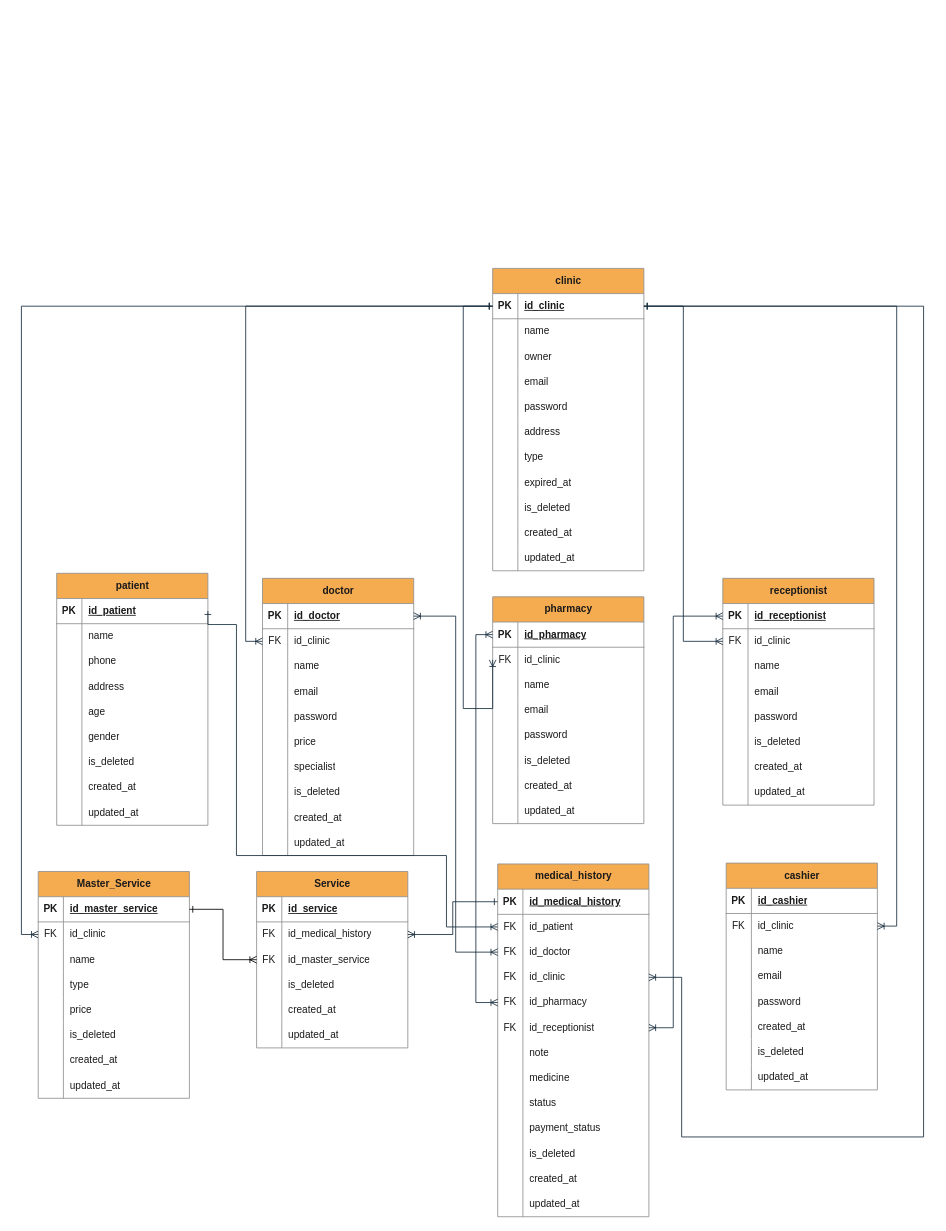
This is erd_klinik.drawio from rrahmatn/dfd_erd_uml, a draw.io file, before an edit. Source tidied: cells renumbered, new cells numbered last; positions are measured from the earlier drawing's top-left corner, leaving out a move shared by most shapes. Both pictures are drawn from the tidied source at 84%, with x=0, y=0 at pixel (38, 268).
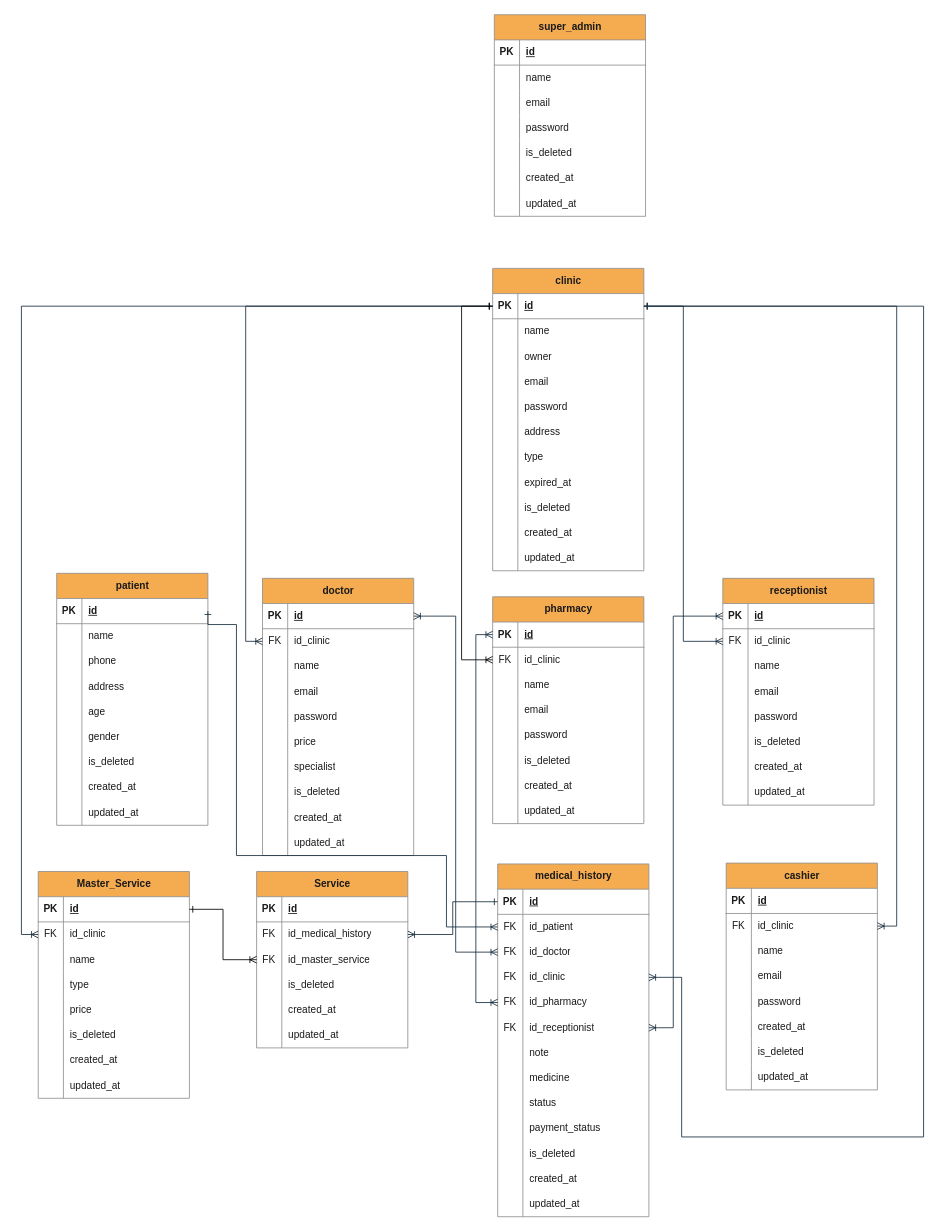
Above is the later version.

The change refers to these unchanged cells:
```xml
<mxCell id="3" style="shape=tableRow;horizontal=0;startSize=0;swimlaneHead=0;swimlaneBody=0;fillColor=none;points=[[0,0.5],[1,0.5]];portConstraint=eastwest;top=0;left=0;right=0;bottom=1;labelBackgroundColor=none;strokeColor=#909090;fontColor=#1A1A1A;" parent="2" vertex="1">
  <mxGeometry y="30" width="180" height="30" as="geometry" />
</mxCell>
<mxCell id="37" style="shape=tableRow;horizontal=0;startSize=0;swimlaneHead=0;swimlaneBody=0;fillColor=none;points=[[0,0.5],[1,0.5]];portConstraint=eastwest;top=0;left=0;right=0;bottom=1;labelBackgroundColor=none;strokeColor=#909090;fontColor=#1A1A1A;" parent="36" vertex="1">
  <mxGeometry y="30" width="180" height="30" as="geometry" />
</mxCell>
<mxCell id="68" style="shape=tableRow;horizontal=0;startSize=0;swimlaneHead=0;swimlaneBody=0;fillColor=none;points=[[0,0.5],[1,0.5]];portConstraint=eastwest;top=0;left=0;right=0;bottom=1;labelBackgroundColor=none;strokeColor=#909090;fontColor=#1A1A1A;" parent="67" vertex="1">
  <mxGeometry y="30" width="180" height="30" as="geometry" />
</mxCell>
<mxCell id="96" style="shape=tableRow;horizontal=0;startSize=0;swimlaneHead=0;swimlaneBody=0;fillColor=none;points=[[0,0.5],[1,0.5]];portConstraint=eastwest;top=0;left=0;right=0;bottom=1;labelBackgroundColor=none;strokeColor=#909090;fontColor=#1A1A1A;" parent="95" vertex="1">
  <mxGeometry y="30" width="180" height="30" as="geometry" />
</mxCell>
<mxCell id="136" style="shape=tableRow;horizontal=0;startSize=0;swimlaneHead=0;swimlaneBody=0;fillColor=none;points=[[0,0.5],[1,0.5]];portConstraint=eastwest;top=0;left=0;right=0;bottom=1;labelBackgroundColor=none;strokeColor=#909090;fontColor=#1A1A1A;" parent="135" vertex="1">
  <mxGeometry y="30" width="180" height="30" as="geometry" />
</mxCell>
<mxCell id="139" style="shape=tableRow;horizontal=0;startSize=0;swimlaneHead=0;swimlaneBody=0;fillColor=none;points=[[0,0.5],[1,0.5]];portConstraint=eastwest;top=0;left=0;right=0;bottom=0;labelBackgroundColor=none;strokeColor=#909090;fontColor=#1A1A1A;" parent="135" vertex="1">
  <mxGeometry y="60" width="180" height="30" as="geometry" />
</mxCell>
<mxCell id="161" style="shape=tableRow;horizontal=0;startSize=0;swimlaneHead=0;swimlaneBody=0;fillColor=none;points=[[0,0.5],[1,0.5]];portConstraint=eastwest;top=0;left=0;right=0;bottom=1;labelBackgroundColor=none;strokeColor=#909090;fontColor=#1A1A1A;" parent="160" vertex="1">
  <mxGeometry y="30" width="180" height="30" as="geometry" />
</mxCell>
<mxCell id="194" style="shape=tableRow;horizontal=0;startSize=0;swimlaneHead=0;swimlaneBody=0;fillColor=none;points=[[0,0.5],[1,0.5]];portConstraint=eastwest;top=0;left=0;right=0;bottom=1;labelBackgroundColor=none;strokeColor=#909090;fontColor=#1A1A1A;" parent="193" vertex="1">
  <mxGeometry y="30" width="180" height="30" as="geometry" />
</mxCell>
<mxCell id="219" style="shape=tableRow;horizontal=0;startSize=0;swimlaneHead=0;swimlaneBody=0;fillColor=none;top=0;left=0;right=0;bottom=1;labelBackgroundColor=none;strokeColor=#909090;fontColor=#1A1A1A;" parent="218" vertex="1">
  <mxGeometry y="30" width="180" height="30" as="geometry" />
</mxCell>
<mxCell id="240" style="shape=tableRow;horizontal=0;startSize=0;swimlaneHead=0;swimlaneBody=0;fillColor=none;top=0;left=0;right=0;bottom=1;labelBackgroundColor=none;strokeColor=#909090;fontColor=#1A1A1A;" parent="239" vertex="1">
  <mxGeometry y="30" width="180" height="30" as="geometry" />
</mxCell>
```

What changed in the source:
```diff
@@
-    <mxCell id="5" value="id_clinic" style="shape=partialRectangle;fillColor=none;top=0;left=0;bottom=0;right=0;align=left;spacingLeft=6;fontStyle=5;overflow=hidden;whiteSpace=wrap;html=1;labelBackgroundColor=none;strokeColor=#909090;fontColor=#1A1A1A;" parent="3" vertex="1">
+    <mxCell id="5" value="id" style="shape=partialRectangle;fillColor=none;top=0;left=0;bottom=0;right=0;align=left;spacingLeft=6;fontStyle=5;overflow=hidden;whiteSpace=wrap;html=1;labelBackgroundColor=none;strokeColor=#909090;fontColor=#1A1A1A;" parent="3" vertex="1">
       <mxGeometry x="30" width="150" height="30" as="geometry" />
     </mxCell>
@@
-    <mxCell id="39" value="id_doctor" style="shape=partialRectangle;fillColor=none;top=0;left=0;bottom=0;right=0;align=left;spacingLeft=6;fontStyle=5;overflow=hidden;whiteSpace=wrap;html=1;labelBackgroundColor=none;strokeColor=#909090;fontColor=#1A1A1A;" parent="37" vertex="1">
+    <mxCell id="39" value="id" style="shape=partialRectangle;fillColor=none;top=0;left=0;bottom=0;right=0;align=left;spacingLeft=6;fontStyle=5;overflow=hidden;whiteSpace=wrap;html=1;labelBackgroundColor=none;strokeColor=#909090;fontColor=#1A1A1A;" parent="37" vertex="1">
       <mxGeometry x="30" width="150" height="30" as="geometry" />
     </mxCell>
@@
-    <mxCell id="70" value="id_patient" style="shape=partialRectangle;fillColor=none;top=0;left=0;bottom=0;right=0;align=left;spacingLeft=6;fontStyle=5;overflow=hidden;whiteSpace=wrap;html=1;labelBackgroundColor=none;strokeColor=#909090;fontColor=#1A1A1A;" parent="68" vertex="1">
+    <mxCell id="70" value="id" style="shape=partialRectangle;fillColor=none;top=0;left=0;bottom=0;right=0;align=left;spacingLeft=6;fontStyle=5;overflow=hidden;whiteSpace=wrap;html=1;labelBackgroundColor=none;strokeColor=#909090;fontColor=#1A1A1A;" parent="68" vertex="1">
       <mxGeometry x="30" width="150" height="30" as="geometry" />
     </mxCell>
@@
-    <mxCell id="98" value="id_medical_history" style="shape=partialRectangle;fillColor=none;top=0;left=0;bottom=0;right=0;align=left;spacingLeft=6;fontStyle=5;overflow=hidden;whiteSpace=wrap;html=1;labelBackgroundColor=none;strokeColor=#909090;fontColor=#1A1A1A;" parent="96" vertex="1">
+    <mxCell id="98" value="id" style="shape=partialRectangle;fillColor=none;top=0;left=0;bottom=0;right=0;align=left;spacingLeft=6;fontStyle=5;overflow=hidden;whiteSpace=wrap;html=1;labelBackgroundColor=none;strokeColor=#909090;fontColor=#1A1A1A;" parent="96" vertex="1">
       <mxGeometry x="30" width="150" height="30" as="geometry" />
     </mxCell>
@@
-    <mxCell id="138" value="id_pharmacy" style="shape=partialRectangle;fillColor=none;top=0;left=0;bottom=0;right=0;align=left;spacingLeft=6;fontStyle=5;overflow=hidden;whiteSpace=wrap;html=1;labelBackgroundColor=none;strokeColor=#909090;fontColor=#1A1A1A;" parent="136" vertex="1">
+    <mxCell id="138" value="id" style="shape=partialRectangle;fillColor=none;top=0;left=0;bottom=0;right=0;align=left;spacingLeft=6;fontStyle=5;overflow=hidden;whiteSpace=wrap;html=1;labelBackgroundColor=none;strokeColor=#909090;fontColor=#1A1A1A;" parent="136" vertex="1">
       <mxGeometry x="30" width="150" height="30" as="geometry" />
     </mxCell>
@@
-    <mxCell id="163" value="id_receptionist" style="shape=partialRectangle;fillColor=none;top=0;left=0;bottom=0;right=0;align=left;spacingLeft=6;fontStyle=5;overflow=hidden;whiteSpace=wrap;html=1;labelBackgroundColor=none;strokeColor=#909090;fontColor=#1A1A1A;" parent="161" vertex="1">
+    <mxCell id="163" value="id" style="shape=partialRectangle;fillColor=none;top=0;left=0;bottom=0;right=0;align=left;spacingLeft=6;fontStyle=5;overflow=hidden;whiteSpace=wrap;html=1;labelBackgroundColor=none;strokeColor=#909090;fontColor=#1A1A1A;" parent="161" vertex="1">
       <mxGeometry x="30" width="150" height="30" as="geometry" />
     </mxCell>
@@
-    <mxCell id="191" style="edgeStyle=orthogonalEdgeStyle;rounded=0;jettySize=auto;html=1;exitX=0;exitY=0.5;exitDx=0;exitDy=0;entryX=0;entryY=0.5;entryDx=0;entryDy=0;endArrow=ERoneToMany;endFill=0;startArrow=ERone;startFill=0;labelBackgroundColor=none;strokeColor=#182E3E;fontColor=default;" parent="1" edge="1" source="3" target="139">
-      <mxGeometry relative="1" as="geometry">
-        <Array as="points">
-          <mxPoint x="506" y="45" />
-          <mxPoint x="506" y="524" />
-          <mxPoint x="541" y="524" />
-        </Array>
-      </mxGeometry>
-    </mxCell>
@@
-    <mxCell id="196" value="id_master_service" style="shape=partialRectangle;fillColor=none;top=0;left=0;bottom=0;right=0;align=left;spacingLeft=6;fontStyle=5;overflow=hidden;whiteSpace=wrap;html=1;labelBackgroundColor=none;strokeColor=#909090;fontColor=#1A1A1A;" parent="194" vertex="1">
+    <mxCell id="196" value="id" style="shape=partialRectangle;fillColor=none;top=0;left=0;bottom=0;right=0;align=left;spacingLeft=6;fontStyle=5;overflow=hidden;whiteSpace=wrap;html=1;labelBackgroundColor=none;strokeColor=#909090;fontColor=#1A1A1A;" parent="194" vertex="1">
       <mxGeometry x="30" width="150" height="30" as="geometry" />
     </mxCell>
@@
-    <mxCell id="221" value="id_service" style="shape=partialRectangle;fillColor=none;top=0;left=0;bottom=0;right=0;align=left;spacingLeft=6;fontStyle=5;overflow=hidden;whiteSpace=wrap;html=1;labelBackgroundColor=none;strokeColor=#909090;fontColor=#1A1A1A;" parent="219" vertex="1">
+    <mxCell id="221" value="id" style="shape=partialRectangle;fillColor=none;top=0;left=0;bottom=0;right=0;align=left;spacingLeft=6;fontStyle=5;overflow=hidden;whiteSpace=wrap;html=1;labelBackgroundColor=none;strokeColor=#909090;fontColor=#1A1A1A;" parent="219" vertex="1">
       <mxGeometry x="30" width="150" height="30" as="geometry" />
     </mxCell>
@@
-    <mxCell id="242" value="id_cashier" style="shape=partialRectangle;fillColor=none;top=0;left=0;bottom=0;right=0;align=left;spacingLeft=6;fontStyle=5;overflow=hidden;whiteSpace=wrap;html=1;labelBackgroundColor=none;strokeColor=#909090;fontColor=#1A1A1A;" parent="240" vertex="1">
+    <mxCell id="242" value="id" style="shape=partialRectangle;fillColor=none;top=0;left=0;bottom=0;right=0;align=left;spacingLeft=6;fontStyle=5;overflow=hidden;whiteSpace=wrap;html=1;labelBackgroundColor=none;strokeColor=#909090;fontColor=#1A1A1A;" parent="240" vertex="1">
       <mxGeometry x="30" width="150" height="30" as="geometry" />
     </mxCell>
@@
+    <mxCell id="191" style="edgeStyle=orthogonalEdgeStyle;rounded=0;jettySize=auto;html=1;entryX=0;entryY=0.5;entryDx=0;entryDy=0;startArrow=ERone;startFill=0;endArrow=ERoneToMany;endFill=0;" parent="1" edge="1" source="3" target="139">
+      <mxGeometry relative="1" as="geometry">
+        <Array as="points">
+          <mxPoint x="504" y="45" />
+          <mxPoint x="504" y="466" />
+        </Array>
+      </mxGeometry>
+    </mxCell>
+    <mxCell id="266" value="super_admin" style="shape=table;startSize=30;childLayout=tableLayout;rowLines=0;fontStyle=1;align=center;html=1;labelBackgroundColor=none;fillColor=#F5AB50;strokeColor=#909090;fontColor=#1A1A1A;" parent="1" vertex="1">
+      <mxGeometry x="543" y="-302" width="180" height="240" as="geometry" />
+    </mxCell>
+    <mxCell id="267" style="shape=tableRow;horizontal=0;startSize=0;swimlaneHead=0;swimlaneBody=0;fillColor=none;top=0;left=0;right=0;bottom=1;labelBackgroundColor=none;strokeColor=#909090;fontColor=#1A1A1A;" parent="266" vertex="1">
+      <mxGeometry y="30" width="180" height="30" as="geometry" />
+    </mxCell>
+    <mxCell id="268" value="PK" style="shape=partialRectangle;fillColor=none;top=0;left=0;bottom=0;right=0;fontStyle=1;overflow=hidden;whiteSpace=wrap;html=1;labelBackgroundColor=none;strokeColor=#909090;fontColor=#1A1A1A;" parent="267" vertex="1">
+      <mxGeometry width="30" height="30" as="geometry" />
+    </mxCell>
+    <mxCell id="269" value="id" style="shape=partialRectangle;fillColor=none;top=0;left=0;bottom=0;right=0;align=left;spacingLeft=6;fontStyle=5;overflow=hidden;whiteSpace=wrap;html=1;labelBackgroundColor=none;strokeColor=#909090;fontColor=#1A1A1A;" parent="267" vertex="1">
+      <mxGeometry x="30" width="150" height="30" as="geometry" />
+    </mxCell>
+    <mxCell id="270" style="shape=tableRow;horizontal=0;startSize=0;swimlaneHead=0;swimlaneBody=0;fillColor=none;top=0;left=0;right=0;bottom=0;labelBackgroundColor=none;strokeColor=#909090;fontColor=#1A1A1A;" parent="266" vertex="1">
+      <mxGeometry y="60" width="180" height="30" as="geometry" />
+    </mxCell>
+    <mxCell id="271" style="shape=partialRectangle;fillColor=none;top=0;left=0;bottom=0;right=0;overflow=hidden;whiteSpace=wrap;html=1;labelBackgroundColor=none;strokeColor=#909090;fontColor=#1A1A1A;" parent="270" vertex="1">
+      <mxGeometry width="30" height="30" as="geometry" />
+    </mxCell>
+    <mxCell id="272" value="name" style="shape=partialRectangle;fillColor=none;top=0;left=0;bottom=0;right=0;align=left;spacingLeft=6;overflow=hidden;whiteSpace=wrap;html=1;labelBackgroundColor=none;strokeColor=#909090;fontColor=#1A1A1A;" parent="270" vertex="1">
+      <mxGeometry x="30" width="150" height="30" as="geometry" />
+    </mxCell>
+    <mxCell id="273" style="shape=tableRow;horizontal=0;startSize=0;swimlaneHead=0;swimlaneBody=0;fillColor=none;top=0;left=0;right=0;bottom=0;labelBackgroundColor=none;strokeColor=#909090;fontColor=#1A1A1A;" parent="266" vertex="1">
+      <mxGeometry y="90" width="180" height="30" as="geometry" />
+    </mxCell>
+    <mxCell id="274" style="shape=partialRectangle;fillColor=none;top=0;left=0;bottom=0;right=0;overflow=hidden;whiteSpace=wrap;html=1;labelBackgroundColor=none;strokeColor=#909090;fontColor=#1A1A1A;" parent="273" vertex="1">
+      <mxGeometry width="30" height="30" as="geometry" />
+    </mxCell>
+    <mxCell id="275" value="email" style="shape=partialRectangle;fillColor=none;top=0;left=0;bottom=0;right=0;align=left;spacingLeft=6;overflow=hidden;whiteSpace=wrap;html=1;labelBackgroundColor=none;strokeColor=#909090;fontColor=#1A1A1A;" parent="273" vertex="1">
+      <mxGeometry x="30" width="150" height="30" as="geometry" />
+    </mxCell>
+    <mxCell id="276" style="shape=tableRow;horizontal=0;startSize=0;swimlaneHead=0;swimlaneBody=0;fillColor=none;top=0;left=0;right=0;bottom=0;labelBackgroundColor=none;strokeColor=#909090;fontColor=#1A1A1A;" parent="266" vertex="1">
+      <mxGeometry y="120" width="180" height="30" as="geometry" />
+    </mxCell>
+    <mxCell id="277" style="shape=partialRectangle;fillColor=none;top=0;left=0;bottom=0;right=0;overflow=hidden;whiteSpace=wrap;html=1;labelBackgroundColor=none;strokeColor=#909090;fontColor=#1A1A1A;" parent="276" vertex="1">
+      <mxGeometry width="30" height="30" as="geometry" />
+    </mxCell>
+    <mxCell id="278" value="password" style="shape=partialRectangle;fillColor=none;top=0;left=0;bottom=0;right=0;align=left;spacingLeft=6;overflow=hidden;whiteSpace=wrap;html=1;labelBackgroundColor=none;strokeColor=#909090;fontColor=#1A1A1A;" parent="276" vertex="1">
+      <mxGeometry x="30" width="150" height="30" as="geometry" />
+    </mxCell>
+    <mxCell id="279" style="shape=tableRow;horizontal=0;startSize=0;swimlaneHead=0;swimlaneBody=0;fillColor=none;top=0;left=0;right=0;bottom=0;labelBackgroundColor=none;strokeColor=#909090;fontColor=#1A1A1A;" parent="266" vertex="1">
+      <mxGeometry y="150" width="180" height="30" as="geometry" />
+    </mxCell>
+    <mxCell id="280" style="shape=partialRectangle;fillColor=none;top=0;left=0;bottom=0;right=0;overflow=hidden;whiteSpace=wrap;html=1;labelBackgroundColor=none;strokeColor=#909090;fontColor=#1A1A1A;" parent="279" vertex="1">
+      <mxGeometry width="30" height="30" as="geometry" />
+    </mxCell>
+    <mxCell id="281" value="is_deleted" style="shape=partialRectangle;fillColor=none;top=0;left=0;bottom=0;right=0;align=left;spacingLeft=6;overflow=hidden;whiteSpace=wrap;html=1;labelBackgroundColor=none;strokeColor=#909090;fontColor=#1A1A1A;" parent="279" vertex="1">
+      <mxGeometry x="30" width="150" height="30" as="geometry" />
+    </mxCell>
+    <mxCell id="282" style="shape=tableRow;horizontal=0;startSize=0;swimlaneHead=0;swimlaneBody=0;fillColor=none;top=0;left=0;right=0;bottom=0;labelBackgroundColor=none;strokeColor=#909090;fontColor=#1A1A1A;" parent="266" vertex="1">
+      <mxGeometry y="180" width="180" height="30" as="geometry" />
+    </mxCell>
+    <mxCell id="283" style="shape=partialRectangle;fillColor=none;top=0;left=0;bottom=0;right=0;overflow=hidden;whiteSpace=wrap;html=1;labelBackgroundColor=none;strokeColor=#909090;fontColor=#1A1A1A;" parent="282" vertex="1">
+      <mxGeometry width="30" height="30" as="geometry" />
+    </mxCell>
+    <mxCell id="284" value="created_at" style="shape=partialRectangle;fillColor=none;top=0;left=0;bottom=0;right=0;align=left;spacingLeft=6;overflow=hidden;whiteSpace=wrap;html=1;labelBackgroundColor=none;strokeColor=#909090;fontColor=#1A1A1A;" parent="282" vertex="1">
+      <mxGeometry x="30" width="150" height="30" as="geometry" />
+    </mxCell>
+    <mxCell id="285" style="shape=tableRow;horizontal=0;startSize=0;swimlaneHead=0;swimlaneBody=0;fillColor=none;top=0;left=0;right=0;bottom=0;labelBackgroundColor=none;strokeColor=#909090;fontColor=#1A1A1A;" parent="266" vertex="1">
+      <mxGeometry y="210" width="180" height="30" as="geometry" />
+    </mxCell>
+    <mxCell id="286" style="shape=partialRectangle;fillColor=none;top=0;left=0;bottom=0;right=0;overflow=hidden;whiteSpace=wrap;html=1;labelBackgroundColor=none;strokeColor=#909090;fontColor=#1A1A1A;" parent="285" vertex="1">
+      <mxGeometry width="30" height="30" as="geometry" />
+    </mxCell>
+    <mxCell id="287" value="updated_at" style="shape=partialRectangle;fillColor=none;top=0;left=0;bottom=0;right=0;align=left;spacingLeft=6;overflow=hidden;whiteSpace=wrap;html=1;labelBackgroundColor=none;strokeColor=#909090;fontColor=#1A1A1A;" parent="285" vertex="1">
+      <mxGeometry x="30" width="150" height="30" as="geometry" />
+    </mxCell>
```
